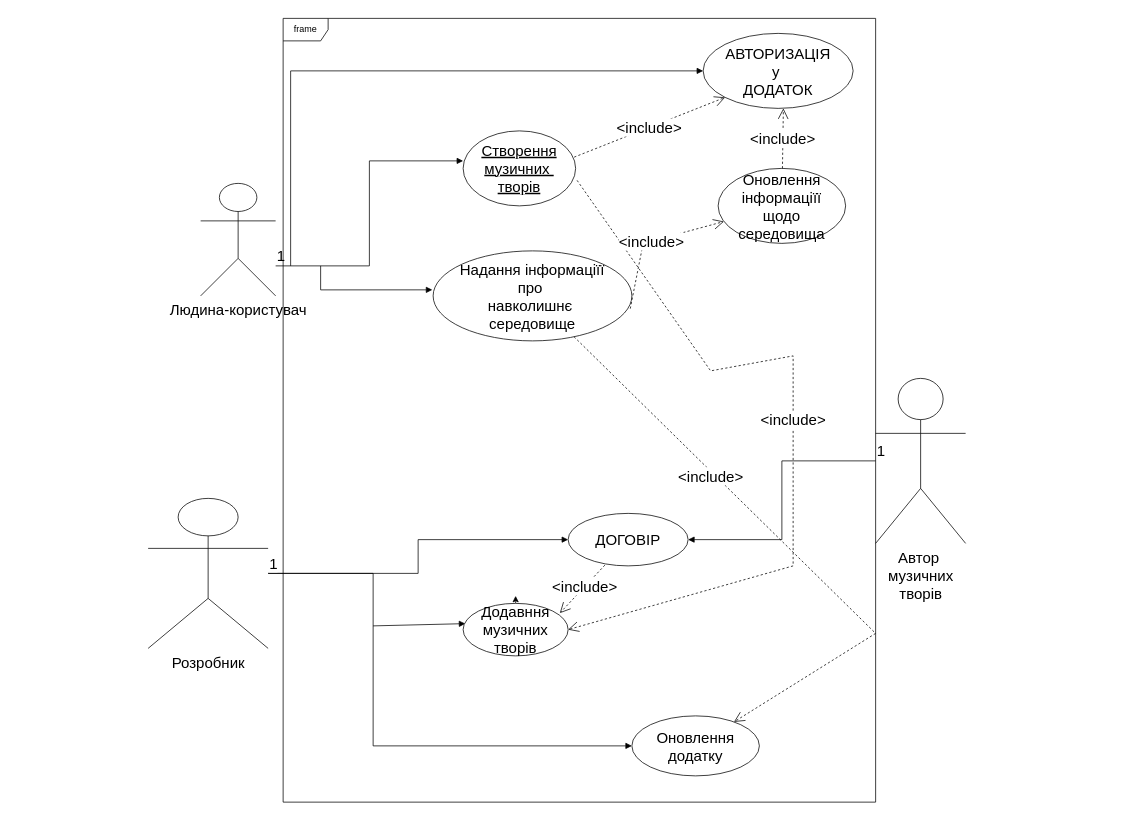
Earlier version of the draw.io diagram 1-SoftwareRequirements/1.3-SoftwareUserRequirements/1.3.3-UseCaseDiagram/lab2.drawio.xml (oleksandrblazhko/eai205-shonin). Source tidied: cells renumbered, new cells numbered last; positions are measured from the earlier drawing's top-left corner, leaving out a move shared by most shapes. Both pictures are drawn from the tidied source at 75%, with x=0, y=0 at pixel (148, 18).
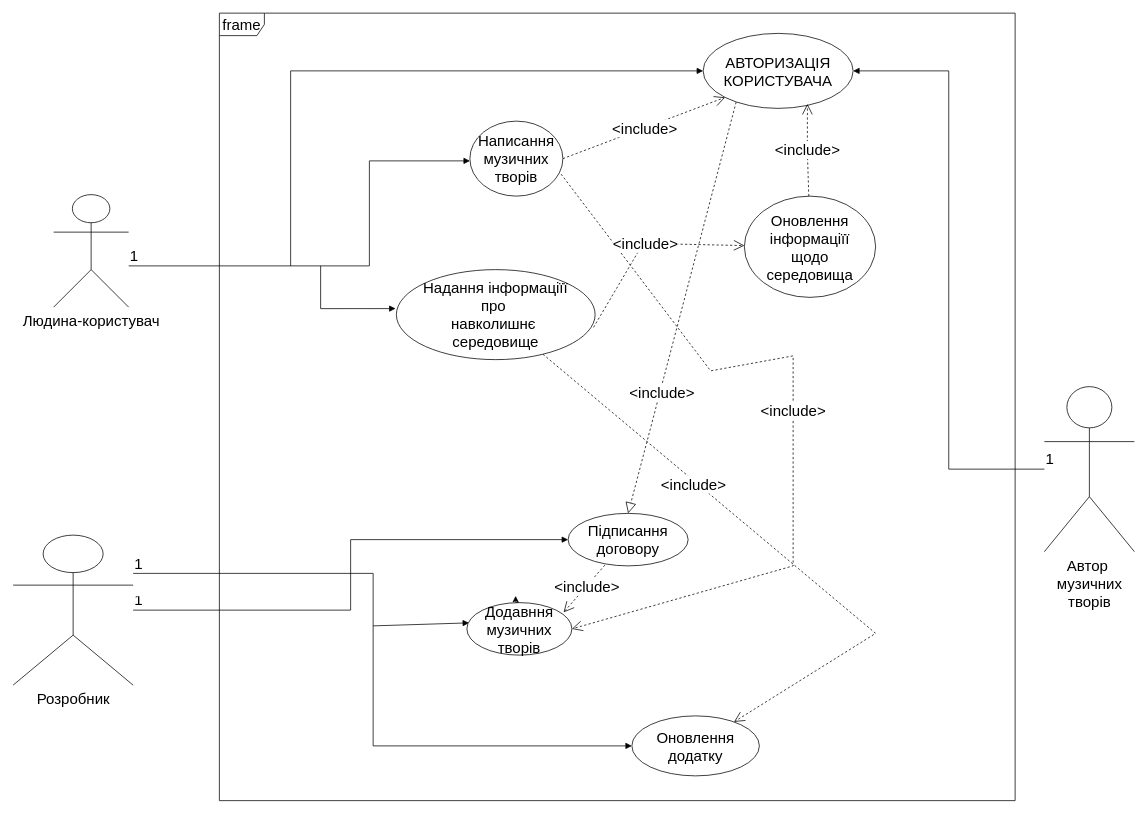
The same page after the edit.

What changed in the source:
```diff
@@
     <mxCell id="2" value="Людина-користувач" style="shape=umlActor;verticalLabelPosition=bottom;verticalAlign=top;html=1;fontSize=20;" parent="1" vertex="1">
-      <mxGeometry x="70" y="220" width="100" height="150" as="geometry" />
+      <mxGeometry x="-126" y="235" width="100" height="150" as="geometry" />
     </mxCell>
     <mxCell id="3" value="Автор&amp;nbsp;&lt;br&gt;музичних&lt;br&gt;творів" style="shape=umlActor;verticalLabelPosition=bottom;verticalAlign=top;html=1;fontSize=20;" parent="1" vertex="1">
-      <mxGeometry x="970" y="480" width="120" height="220" as="geometry" />
+      <mxGeometry x="1195" y="491" width="120" height="220" as="geometry" />
     </mxCell>
@@
-    <mxCell id="5" value="Створення&lt;br&gt;музичних&amp;nbsp;&lt;br&gt;творів" style="ellipse;whiteSpace=wrap;html=1;align=center;fontStyle=4;fontSize=20;" parent="1" vertex="1">
-      <mxGeometry x="420" y="150" width="150" height="100" as="geometry" />
-    </mxCell>
     <mxCell id="6" value="Надання інформаціїї&lt;br&gt;про&amp;nbsp;&lt;br&gt;навколишнє&amp;nbsp;&lt;br&gt;середовище" style="ellipse;whiteSpace=wrap;html=1;align=center;fontSize=20;" parent="1" vertex="1">
-      <mxGeometry x="380" y="310" width="265" height="120" as="geometry" />
+      <mxGeometry x="331" y="335" width="265" height="120" as="geometry" />
     </mxCell>
     <mxCell id="7" value="Розробник" style="shape=umlActor;verticalLabelPosition=bottom;verticalAlign=top;html=1;fontSize=20;" parent="1" vertex="1">
-      <mxGeometry y="640" width="160" height="200" as="geometry" />
+      <mxGeometry x="-180" y="689" width="160" height="200" as="geometry" />
     </mxCell>
-    <mxCell id="8" value="АВТОРИЗАЦІЯ&lt;br&gt;у&amp;nbsp;&lt;br&gt;ДОДАТОК" style="ellipse;whiteSpace=wrap;html=1;align=center;fontSize=20;" parent="1" vertex="1">
+    <mxCell id="8" value="АВТОРИЗАЦІЯ&lt;br&gt;КОРИСТУВАЧА" style="ellipse;whiteSpace=wrap;html=1;align=center;fontSize=20;" parent="1" vertex="1">
       <mxGeometry x="740" y="20" width="200" height="100" as="geometry" />
     </mxCell>
     <mxCell id="9" value="Оновлення&lt;br&gt;інформаціїї&lt;br&gt;щодо&lt;br&gt;середовища" style="ellipse;whiteSpace=wrap;html=1;align=center;fontSize=20;" parent="1" vertex="1">
-      <mxGeometry x="760" y="200" width="170" height="100" as="geometry" />
+      <mxGeometry x="795" y="237" width="175" height="135" as="geometry" />
     </mxCell>
-    <mxCell id="10" value="ДОГОВІР" style="ellipse;whiteSpace=wrap;html=1;align=center;fontSize=20;" parent="1" vertex="1">
+    <mxCell id="10" value="Підписання&lt;br&gt;договору" style="ellipse;whiteSpace=wrap;html=1;align=center;fontSize=20;" parent="1" vertex="1">
       <mxGeometry x="560" y="660" width="160" height="70" as="geometry" />
     </mxCell>
@@
-    <mxCell id="13" style="endArrow=block;endFill=1;html=1;edgeStyle=orthogonalEdgeStyle;align=left;verticalAlign=top;rounded=0;fontSize=20;entryX=1;entryY=0.5;entryDx=0;entryDy=0;" parent="1" edge="1" source="3" target="10">
+    <mxCell id="13" style="endArrow=block;endFill=1;html=1;edgeStyle=orthogonalEdgeStyle;align=left;verticalAlign=top;rounded=0;fontSize=20;entryX=1;entryY=0.5;entryDx=0;entryDy=0;" parent="1" edge="1" source="3" target="8">
       <mxGeometry x="-1" relative="1" as="geometry" />
     </mxCell>
@@
-    <mxCell id="17" style="endArrow=block;endFill=1;html=1;edgeStyle=orthogonalEdgeStyle;align=left;verticalAlign=top;rounded=0;fontSize=20;entryX=0;entryY=0.4;entryDx=0;entryDy=0;entryPerimeter=0;" parent="1" edge="1" source="2" target="5">
+    <mxCell id="17" style="endArrow=block;endFill=1;html=1;edgeStyle=orthogonalEdgeStyle;align=left;verticalAlign=top;rounded=0;fontSize=20;" parent="1" edge="1" source="2" target="31">
       <mxGeometry x="-1" relative="1" as="geometry">
         <Array as="points">
           <mxPoint x="295" y="330" />
           <mxPoint x="295" y="190" />
         </Array>
       </mxGeometry>
     </mxCell>
@@
     <mxCell id="19" style="html=1;verticalAlign=bottom;endArrow=block;rounded=0;fontSize=20;entryX=-0.004;entryY=0.433;entryDx=0;entryDy=0;entryPerimeter=0;" parent="1" edge="1" target="6">
       <mxGeometry relative="1" as="geometry">
         <mxPoint x="230" y="330" as="sourcePoint" />
         <Array as="points">
-          <mxPoint x="230" y="362" />
+          <mxPoint x="230" y="387" />
         </Array>
       </mxGeometry>
     </mxCell>
@@
     <mxCell id="23" value="Додавння&lt;br&gt;музичних&lt;br&gt;творів" style="ellipse;whiteSpace=wrap;html=1;align=center;fontSize=20;" parent="1" vertex="1">
-      <mxGeometry x="420" y="780" width="140" height="70" as="geometry" />
+      <mxGeometry x="425" y="779" width="140" height="70" as="geometry" />
     </mxCell>
@@
-    <mxCell id="25" value="&amp;lt;include&amp;gt;" style="endArrow=open;endSize=12;dashed=1;html=1;rounded=0;fontSize=20;exitX=1.013;exitY=0.66;exitDx=0;exitDy=0;exitPerimeter=0;entryX=1;entryY=0.5;entryDx=0;entryDy=0;" parent="1" edge="1" source="5" target="23">
+    <mxCell id="25" value="&amp;lt;include&amp;gt;" style="endArrow=open;endSize=12;dashed=1;html=1;rounded=0;fontSize=20;exitX=0.981;exitY=0.707;exitDx=0;exitDy=0;exitPerimeter=0;entryX=1;entryY=0.5;entryDx=0;entryDy=0;" parent="1" edge="1" source="31" target="23">
       <mxGeometry relative="1" as="geometry">
         <Array as="points">
           <mxPoint x="750" y="470" />
           <mxPoint x="860" y="450" />
           <mxPoint x="860" y="730" />
         </Array>
       </mxGeometry>
     </mxCell>
@@
-    <mxCell id="28" value="&amp;lt;include&amp;gt;" style="endArrow=open;endSize=12;dashed=1;html=1;rounded=0;fontSize=20;entryX=0.535;entryY=1;entryDx=0;entryDy=0;entryPerimeter=0;" parent="1" edge="1" source="9" target="8">
-      <mxGeometry relative="1" as="geometry" />
+    <mxCell id="28" value="&amp;lt;include&amp;gt;" style="endArrow=open;endSize=12;dashed=1;html=1;rounded=0;fontSize=20;entryX=0.695;entryY=0.94;entryDx=0;entryDy=0;entryPerimeter=0;" parent="1" edge="1" source="9" target="8">
+      <mxGeometry relative="1" as="geometry">
+        <Array as="points">
+          <mxPoint x="879" y="178" />
+        </Array>
+      </mxGeometry>
     </mxCell>
-    <mxCell id="29" value="&amp;lt;include&amp;gt;" style="endArrow=open;endSize=12;dashed=1;html=1;rounded=0;fontSize=20;exitX=0.987;exitY=0.35;exitDx=0;exitDy=0;exitPerimeter=0;entryX=0;entryY=1;entryDx=0;entryDy=0;" parent="1" edge="1" source="5" target="8">
+    <mxCell id="29" value="&amp;lt;include&amp;gt;" style="endArrow=open;endSize=12;dashed=1;html=1;rounded=0;fontSize=20;exitX=1;exitY=0.5;exitDx=0;exitDy=0;entryX=0;entryY=1;entryDx=0;entryDy=0;" parent="1" edge="1" source="31" target="8">
       <mxGeometry relative="1" as="geometry" />
     </mxCell>
+    <mxCell id="31" value="&lt;font style=&quot;font-size: 20px;&quot;&gt;Написання&lt;br&gt;музичних&lt;br&gt;творів&lt;/font&gt;" style="ellipse;whiteSpace=wrap;html=1;" parent="1" vertex="1">
+      <mxGeometry x="429" y="137" width="124" height="100" as="geometry" />
+    </mxCell>
+    <mxCell id="32" style="endArrow=block;dashed=1;endFill=0;endSize=12;html=1;rounded=0;fontSize=20;exitX=0.22;exitY=0.917;exitDx=0;exitDy=0;exitPerimeter=0;entryX=0.5;entryY=0;entryDx=0;entryDy=0;" parent="1" edge="1" source="8" target="10">
+      <mxGeometry relative="1" as="geometry" />
+    </mxCell>
+    <mxCell id="33" value="&amp;lt;include&amp;gt;" style="edgeLabel;html=1;align=center;verticalAlign=middle;fontSize=20;" parent="32" vertex="1">
+      <mxGeometry x="0.41" y="1" relative="1" as="geometry">
+        <mxPoint x="1" y="-1" as="offset" />
+      </mxGeometry>
+    </mxCell>
-    <mxCell id="30" value="frame" style="shape=umlFrame;whiteSpace=wrap;html=1;" parent="1" vertex="1">
-      <mxGeometry x="180" width="790" height="1045" as="geometry" />
+    <mxCell id="30" value="frame" style="shape=umlFrame;whiteSpace=wrap;html=1;fontSize=20;" parent="1" vertex="1">
+      <mxGeometry x="95" y="-7" width="1061" height="1050" as="geometry" />
     </mxCell>
```
